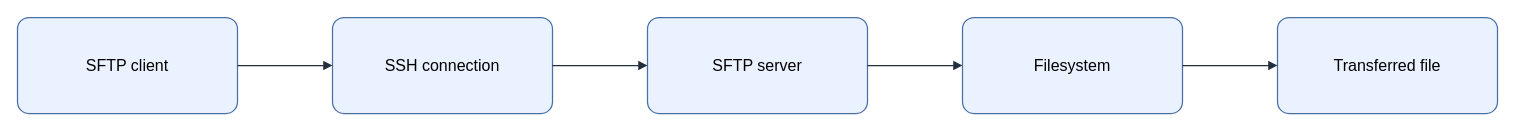
This is assets/img/linux/sftp-file-transfer-flow.drawio from KKamJi98/kkamji98.github.io, a draw.io file, before an edit. Source tidied: cells renumbered, new cells numbered last; positions are measured from the earlier drawing's top-left corner, leaving out a move shared by most shapes. Both pictures are drawn from the tidied source at 100%, with x=0, y=0 at pixel (17, 17).
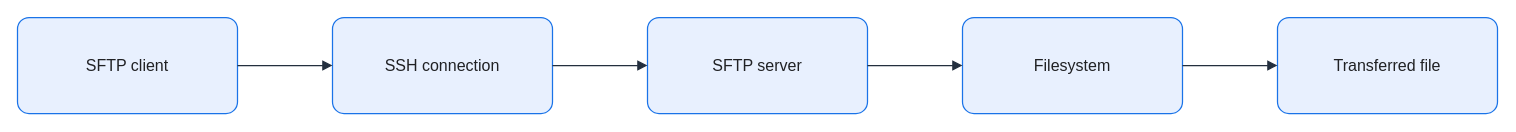
The same page after the edit.

Diff of the diagram source:
```diff
@@
 <mxGraphModel background="#FFFFFF">
   <root>
     <mxCell id="0" />
     <mxCell id="1" parent="0" />
-    <mxCell id="2" value="SFTP client" style="rounded=1;arcSize=12;whiteSpace=wrap;html=0;fillColor=#EAF2FF;strokeColor=#4A6FA5;strokeWidth=1.25;fontColor=#000000;fontSize=16;align=center;verticalAlign=middle;spacing=8;shadow=0;" parent="1" vertex="1">
+    <mxCell id="2" value="SFTP client" style="rounded=1;arcSize=12;whiteSpace=wrap;html=0;fillColor=#E8F0FE;strokeColor=#1A73E8;strokeWidth=1.25;fontColor=#202124;fontSize=16;align=center;verticalAlign=middle;spacing=8;shadow=0;" parent="1" vertex="1">
       <mxGeometry width="220" height="96" as="geometry" />
     </mxCell>
-    <mxCell id="3" value="SSH connection" style="rounded=1;arcSize=12;whiteSpace=wrap;html=0;fillColor=#EAF2FF;strokeColor=#4A6FA5;strokeWidth=1.25;fontColor=#000000;fontSize=16;align=center;verticalAlign=middle;spacing=8;shadow=0;" parent="1" vertex="1">
+    <mxCell id="3" value="SSH connection" style="rounded=1;arcSize=12;whiteSpace=wrap;html=0;fillColor=#E8F0FE;strokeColor=#1A73E8;strokeWidth=1.25;fontColor=#202124;fontSize=16;align=center;verticalAlign=middle;spacing=8;shadow=0;" parent="1" vertex="1">
       <mxGeometry x="315" width="220" height="96" as="geometry" />
     </mxCell>
-    <mxCell id="4" value="SFTP server" style="rounded=1;arcSize=12;whiteSpace=wrap;html=0;fillColor=#EAF2FF;strokeColor=#4A6FA5;strokeWidth=1.25;fontColor=#000000;fontSize=16;align=center;verticalAlign=middle;spacing=8;shadow=0;" parent="1" vertex="1">
+    <mxCell id="4" value="SFTP server" style="rounded=1;arcSize=12;whiteSpace=wrap;html=0;fillColor=#E8F0FE;strokeColor=#1A73E8;strokeWidth=1.25;fontColor=#202124;fontSize=16;align=center;verticalAlign=middle;spacing=8;shadow=0;" parent="1" vertex="1">
       <mxGeometry x="630" width="220" height="96" as="geometry" />
     </mxCell>
-    <mxCell id="5" value="Filesystem" style="rounded=1;arcSize=12;whiteSpace=wrap;html=0;fillColor=#EAF2FF;strokeColor=#4A6FA5;strokeWidth=1.25;fontColor=#000000;fontSize=16;align=center;verticalAlign=middle;spacing=8;shadow=0;" parent="1" vertex="1">
+    <mxCell id="5" value="Filesystem" style="rounded=1;arcSize=12;whiteSpace=wrap;html=0;fillColor=#E8F0FE;strokeColor=#1A73E8;strokeWidth=1.25;fontColor=#202124;fontSize=16;align=center;verticalAlign=middle;spacing=8;shadow=0;" parent="1" vertex="1">
       <mxGeometry x="945" width="220" height="96" as="geometry" />
     </mxCell>
-    <mxCell id="6" value="Transferred file" style="rounded=1;arcSize=12;whiteSpace=wrap;html=0;fillColor=#EAF2FF;strokeColor=#4A6FA5;strokeWidth=1.25;fontColor=#000000;fontSize=16;align=center;verticalAlign=middle;spacing=8;shadow=0;" parent="1" vertex="1">
+    <mxCell id="6" value="Transferred file" style="rounded=1;arcSize=12;whiteSpace=wrap;html=0;fillColor=#E8F0FE;strokeColor=#1A73E8;strokeWidth=1.25;fontColor=#202124;fontSize=16;align=center;verticalAlign=middle;spacing=8;shadow=0;" parent="1" vertex="1">
       <mxGeometry x="1260" width="220" height="96" as="geometry" />
     </mxCell>
-    <mxCell id="7" style="edgeStyle=orthogonalEdgeStyle;rounded=0;jettySize=auto;html=0;endArrow=block;endFill=1;strokeColor=#232F3E;strokeWidth=1.25;fontColor=#000000;labelBackgroundColor=none;exitX=1;exitY=0.5;exitDx=0;exitDy=0;entryX=0;entryY=0.5;entryDx=0;entryDy=0;" parent="1" edge="1" source="2" target="3">
+    <mxCell id="7" style="edgeStyle=orthogonalEdgeStyle;rounded=0;jettySize=auto;html=0;endArrow=block;endFill=1;strokeColor=#232F3E;strokeWidth=1.25;fontColor=#202124;labelBackgroundColor=none;exitX=1;exitY=0.5;exitDx=0;exitDy=0;entryX=0;entryY=0.5;entryDx=0;entryDy=0;endSize=7;" parent="1" edge="1" source="2" target="3">
       <mxGeometry relative="1" as="geometry" />
     </mxCell>
-    <mxCell id="8" style="edgeStyle=orthogonalEdgeStyle;rounded=0;jettySize=auto;html=0;endArrow=block;endFill=1;strokeColor=#232F3E;strokeWidth=1.25;fontColor=#000000;labelBackgroundColor=none;exitX=1;exitY=0.5;exitDx=0;exitDy=0;entryX=0;entryY=0.5;entryDx=0;entryDy=0;" parent="1" edge="1" source="3" target="4">
+    <mxCell id="8" style="edgeStyle=orthogonalEdgeStyle;rounded=0;jettySize=auto;html=0;endArrow=block;endFill=1;strokeColor=#232F3E;strokeWidth=1.25;fontColor=#202124;labelBackgroundColor=none;exitX=1;exitY=0.5;exitDx=0;exitDy=0;entryX=0;entryY=0.5;entryDx=0;entryDy=0;endSize=7;" parent="1" edge="1" source="3" target="4">
       <mxGeometry relative="1" as="geometry" />
     </mxCell>
-    <mxCell id="9" style="edgeStyle=orthogonalEdgeStyle;rounded=0;jettySize=auto;html=0;endArrow=block;endFill=1;strokeColor=#232F3E;strokeWidth=1.25;fontColor=#000000;labelBackgroundColor=none;exitX=1;exitY=0.5;exitDx=0;exitDy=0;entryX=0;entryY=0.5;entryDx=0;entryDy=0;" parent="1" edge="1" source="4" target="5">
+    <mxCell id="9" style="edgeStyle=orthogonalEdgeStyle;rounded=0;jettySize=auto;html=0;endArrow=block;endFill=1;strokeColor=#232F3E;strokeWidth=1.25;fontColor=#202124;labelBackgroundColor=none;exitX=1;exitY=0.5;exitDx=0;exitDy=0;entryX=0;entryY=0.5;entryDx=0;entryDy=0;endSize=7;" parent="1" edge="1" source="4" target="5">
       <mxGeometry relative="1" as="geometry" />
     </mxCell>
-    <mxCell id="10" style="edgeStyle=orthogonalEdgeStyle;rounded=0;jettySize=auto;html=0;endArrow=block;endFill=1;strokeColor=#232F3E;strokeWidth=1.25;fontColor=#000000;labelBackgroundColor=none;exitX=1;exitY=0.5;exitDx=0;exitDy=0;entryX=0;entryY=0.5;entryDx=0;entryDy=0;" parent="1" edge="1" source="5" target="6">
+    <mxCell id="10" style="edgeStyle=orthogonalEdgeStyle;rounded=0;jettySize=auto;html=0;endArrow=block;endFill=1;strokeColor=#232F3E;strokeWidth=1.25;fontColor=#202124;labelBackgroundColor=none;exitX=1;exitY=0.5;exitDx=0;exitDy=0;entryX=0;entryY=0.5;entryDx=0;entryDy=0;endSize=7;" parent="1" edge="1" source="5" target="6">
       <mxGeometry relative="1" as="geometry" />
     </mxCell>
   </root>
 </mxGraphModel>
```
